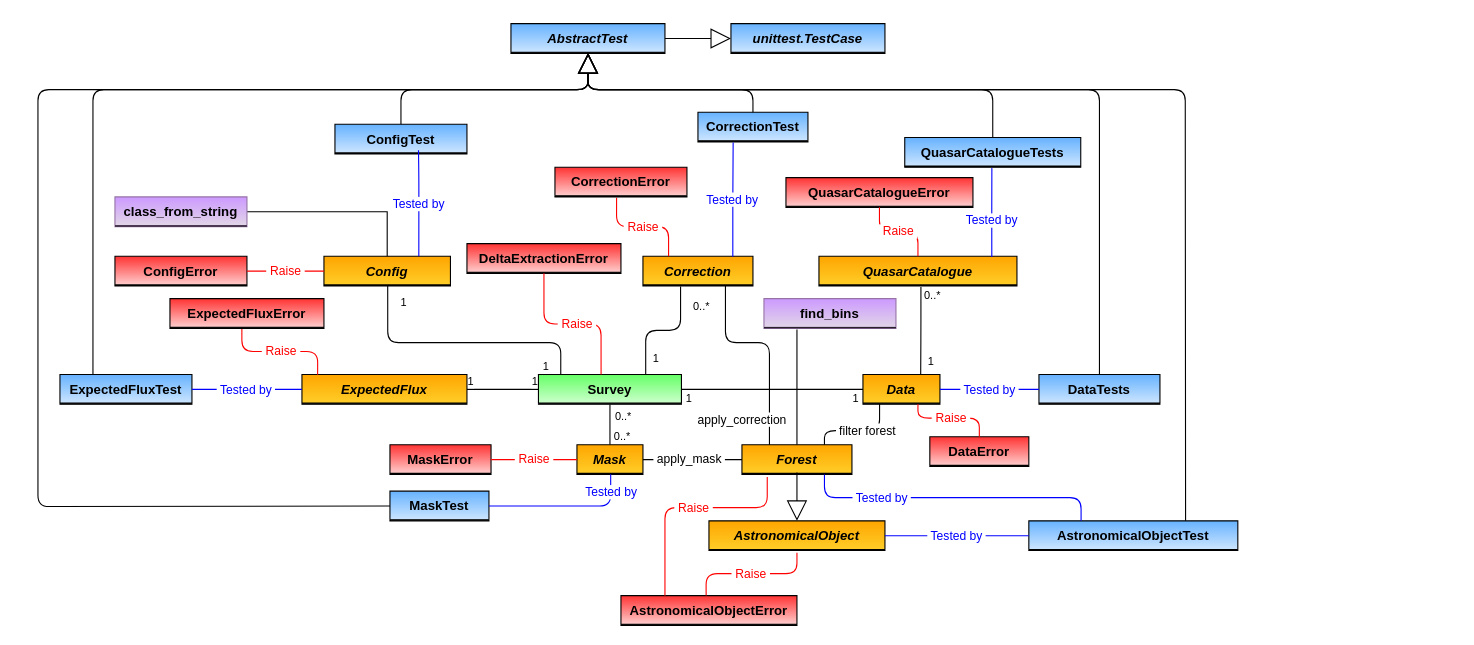
This is page "Simplified Main" (2 of 7) of docs/delta_extraction/data_model/data_model.drawio from igmhub/picca, a draw.io file, before an edit. Source tidied: cells renumbered, new cells numbered last; positions are measured from the earlier drawing's top-left corner, leaving out a move shared by most shapes. Both pictures are drawn from the tidied source at 110%, with x=0, y=0 at pixel (37, 23).
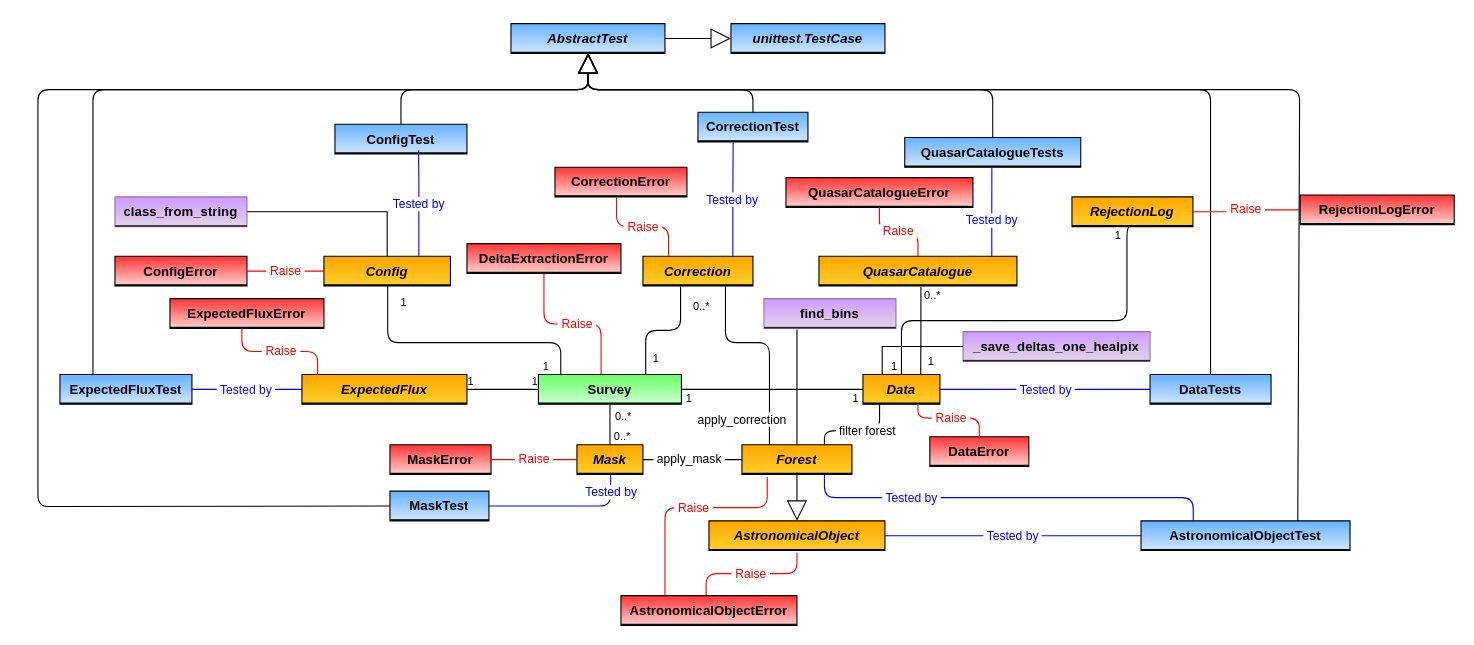
The same page after the edit.

Unchanged cells that the change refers to:
```xml
<mxCell id="42" style="line;strokeWidth=1;fillColor=none;align=left;verticalAlign=middle;spacingTop=-1;spacingLeft=3;spacingRight=3;labelPosition=right;points=[];portConstraint=eastwest;rounded=0;shadow=0;glass=0;comic=0;" parent="41" vertex="1">
  <mxGeometry y="26" width="140" height="1" as="geometry" />
</mxCell>
<mxCell id="62" value="Data" style="swimlane;fontStyle=3;horizontal=1;startSize=26;fillColor=#ffcd28;swimlaneFillColor=#ffffff;rounded=0;shadow=0;glass=0;comic=0;strokeColor=#000000;gradientColor=#ffa500;swimlaneLine=1;gradientDirection=north;" parent="1" vertex="1">
  <mxGeometry x="750" y="319" width="70" height="27" as="geometry" />
</mxCell>
```

What changed in the source:
```diff
@@
     <mxCell id="72" value="AstronomicalObjectTest" style="swimlane;fontStyle=1;horizontal=1;startSize=26;swimlaneFillColor=#ffffff;rounded=0;shadow=0;glass=0;comic=0;strokeColor=#000000;swimlaneLine=1;gradientDirection=north;gradientColor=#66B2FF;fillColor=#CCE5FF;" parent="1" vertex="1">
-      <mxGeometry x="900.8" y="452" width="190" height="27" as="geometry" />
+      <mxGeometry x="1002.8" y="452" width="190" height="27" as="geometry" />
     </mxCell>
@@
-    <mxCell id="74" style="endArrow=block;endSize=16;endFill=0;html=1;exitX=0.75;exitY=0;exitDx=0;exitDy=0;entryX=0.5;entryY=0.935;entryDx=0;entryDy=0;entryPerimeter=0;" parent="1" edge="1" source="72" target="42">
+    <mxCell id="74" style="endArrow=block;endSize=16;endFill=0;html=1;exitX=0.75;exitY=0;exitDx=0;exitDy=0;entryX=0.5;entryY=0.935;entryDx=0;entryDy=0;entryPerimeter=0;" parent="1" edge="1">
       <mxGeometry relative="1" as="geometry">
+        <mxPoint x="1145.3" y="452" as="sourcePoint" />
+        <mxPoint x="500" y="26.9" as="targetPoint" />
         <Array as="points">
-          <mxPoint x="1043" y="60" />
+          <mxPoint x="1147" y="60" />
           <mxPoint x="500" y="60" />
         </Array>
       </mxGeometry>
     </mxCell>
@@
     <mxCell id="107" value="DataTests" style="swimlane;fontStyle=1;horizontal=1;startSize=26;swimlaneFillColor=#ffffff;rounded=0;shadow=0;glass=0;comic=0;strokeColor=#000000;swimlaneLine=1;gradientDirection=north;gradientColor=#66B2FF;fillColor=#CCE5FF;" parent="1" vertex="1">
-      <mxGeometry x="910" y="319" width="110" height="27" as="geometry" />
+      <mxGeometry x="1011" y="319" width="110" height="27" as="geometry" />
     </mxCell>
@@
     <mxCell id="112" style="endArrow=block;endSize=16;endFill=0;html=1;exitX=0.5;exitY=0;exitDx=0;exitDy=0;entryX=0.501;entryY=0.93;entryDx=0;entryDy=0;entryPerimeter=0;" parent="1" edge="1" source="107" target="42">
       <mxGeometry relative="1" as="geometry">
         <Array as="points">
-          <mxPoint x="965" y="60" />
+          <mxPoint x="1066" y="60" />
           <mxPoint x="500" y="60" />
         </Array>
       </mxGeometry>
     </mxCell>
@@
+    <mxCell id="127" value="RejectionLog" style="swimlane;fontStyle=3;horizontal=1;startSize=26;fillColor=#ffcd28;swimlaneFillColor=#ffffff;rounded=0;shadow=0;glass=0;comic=0;strokeColor=#000000;gradientColor=#ffa500;swimlaneLine=1;gradientDirection=north;" parent="1" vertex="1">
+      <mxGeometry x="940" y="157.5" width="110" height="27" as="geometry" />
+    </mxCell>
+    <mxCell id="128" style="line;strokeWidth=1;fillColor=none;align=left;verticalAlign=middle;spacingTop=-1;spacingLeft=3;spacingRight=3;labelPosition=right;points=[];portConstraint=eastwest;rounded=0;shadow=0;glass=0;comic=0;" parent="127" vertex="1">
+      <mxGeometry y="26" width="110" height="1" as="geometry" />
+    </mxCell>
+    <mxCell id="129" style="endArrow=none;html=1;edgeStyle=orthogonalEdgeStyle;exitX=0.5;exitY=0;exitDx=0;exitDy=0;entryX=0.509;entryY=0.667;entryDx=0;entryDy=0;entryPerimeter=0;" parent="1" edge="1" source="62" target="128">
+      <mxGeometry relative="1" as="geometry">
+        <Array as="points">
+          <mxPoint x="785" y="270" />
+          <mxPoint x="990" y="270" />
+          <mxPoint x="990" y="184" />
+        </Array>
+      </mxGeometry>
+    </mxCell>
+    <mxCell id="130" value="1" style="html=1;align=left;verticalAlign=bottom;labelBackgroundColor=#ffffff;fontSize=10;" parent="129" vertex="1">
+      <mxGeometry x="-1" relative="1" as="geometry">
+        <mxPoint x="-11" as="offset" />
+      </mxGeometry>
+    </mxCell>
+    <mxCell id="131" value="1" style="html=1;align=right;verticalAlign=bottom;labelBackgroundColor=#ffffff;fontSize=10;" parent="129" vertex="1">
+      <mxGeometry x="1" relative="1" as="geometry">
+        <mxPoint x="-11" y="16" as="offset" />
+      </mxGeometry>
+    </mxCell>
+    <mxCell id="132" value="_save_deltas_one_healpix" style="swimlane;fontStyle=1;horizontal=1;startSize=26;swimlaneFillColor=#ffffff;rounded=0;shadow=0;glass=0;comic=0;strokeColor=#9673a6;swimlaneLine=1;gradientDirection=north;fillColor=#e1d5e7;gradientColor=#CC99FF;" parent="1" vertex="1">
+      <mxGeometry x="841" y="280" width="170" height="27" as="geometry" />
+    </mxCell>
+    <mxCell id="133" style="line;strokeWidth=1;fillColor=none;align=left;verticalAlign=middle;spacingTop=-1;spacingLeft=3;spacingRight=3;labelPosition=right;rounded=0;shadow=0;glass=0;comic=0;" parent="132" vertex="1">
+      <mxGeometry y="26" width="170" height="1" as="geometry" />
+    </mxCell>
+    <mxCell id="134" style="edgeStyle=orthogonalEdgeStyle;rounded=0;jettySize=auto;html=1;exitX=0;exitY=0.5;exitDx=0;exitDy=0;endArrow=none;endFill=0;entryX=0.25;entryY=0;entryDx=0;entryDy=0;" parent="1" edge="1" source="132" target="62">
+      <mxGeometry relative="1" as="geometry" />
+    </mxCell>
+    <mxCell id="135" value="&amp;nbsp;Raise&amp;nbsp;" style="endArrow=none;html=1;edgeStyle=orthogonalEdgeStyle;strokeColor=#FF0000;fontColor=#FF0000;entryX=0;entryY=0.5;entryDx=0;entryDy=0;exitX=1;exitY=0.5;exitDx=0;exitDy=0;" parent="1" edge="1" source="127" target="137">
+      <mxGeometry relative="1" as="geometry" />
+    </mxCell>
+    <mxCell id="136" style="html=1;align=left;verticalAlign=bottom;labelBackgroundColor=#ffffff;fontSize=10;" parent="135" vertex="1">
+      <mxGeometry x="-1" relative="1" as="geometry">
+        <mxPoint x="10" as="offset" />
+      </mxGeometry>
+    </mxCell>
+    <mxCell id="137" value="RejectionLogError" style="swimlane;fontStyle=1;horizontal=1;startSize=26;swimlaneFillColor=#ffffff;rounded=0;shadow=0;glass=0;comic=0;strokeColor=#000000;swimlaneLine=1;gradientDirection=north;fillColor=#FFCCCC;gradientColor=#FF3333;" parent="1" vertex="1">
+      <mxGeometry x="1147.5" y="155.8" width="140" height="27" as="geometry" />
+    </mxCell>
+    <mxCell id="138" style="line;strokeWidth=1;fillColor=none;align=left;verticalAlign=middle;spacingTop=-1;spacingLeft=3;spacingRight=3;labelPosition=right;rounded=0;shadow=0;glass=0;comic=0;" parent="137" vertex="1">
+      <mxGeometry y="26" width="140" height="1" as="geometry" />
+    </mxCell>
```
